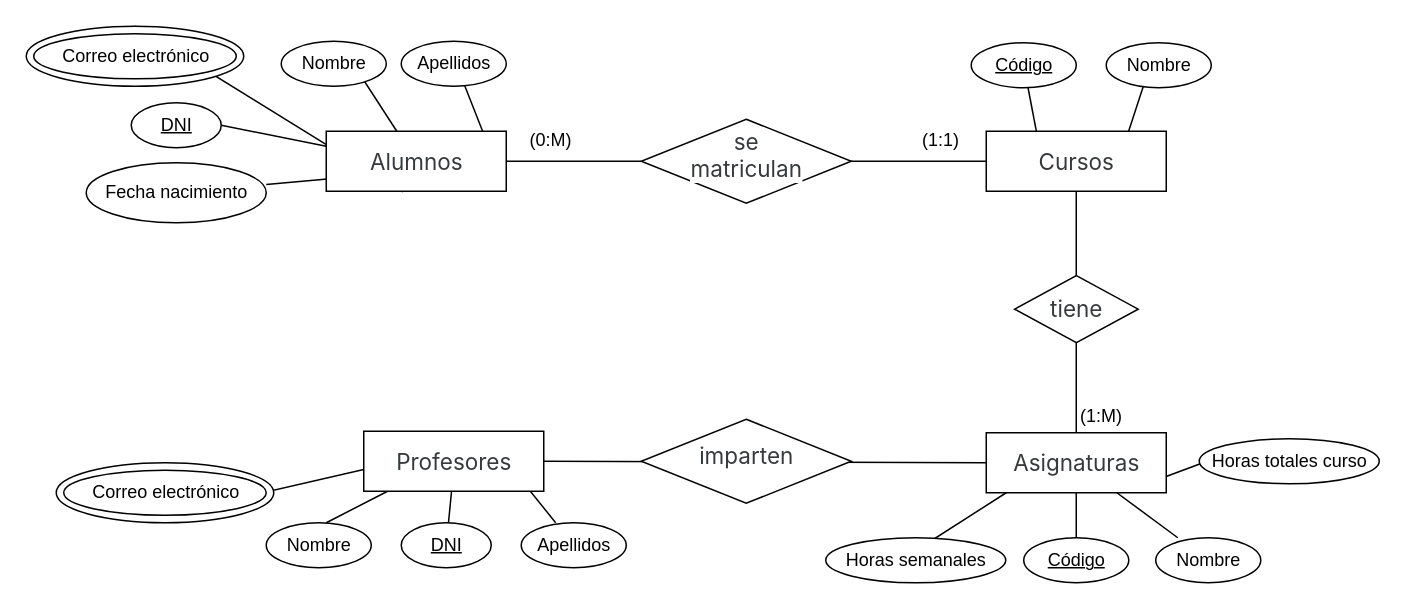
Before: Untitled Diagram.drawio in popnoart/popnoart, a draw.io diagram. Source tidied: cells renumbered, new cells numbered last; positions are measured from the earlier drawing's top-left corner, leaving out a move shared by most shapes. Both pictures are drawn from the tidied source at 150%, with x=0, y=0 at pixel (26, 26).
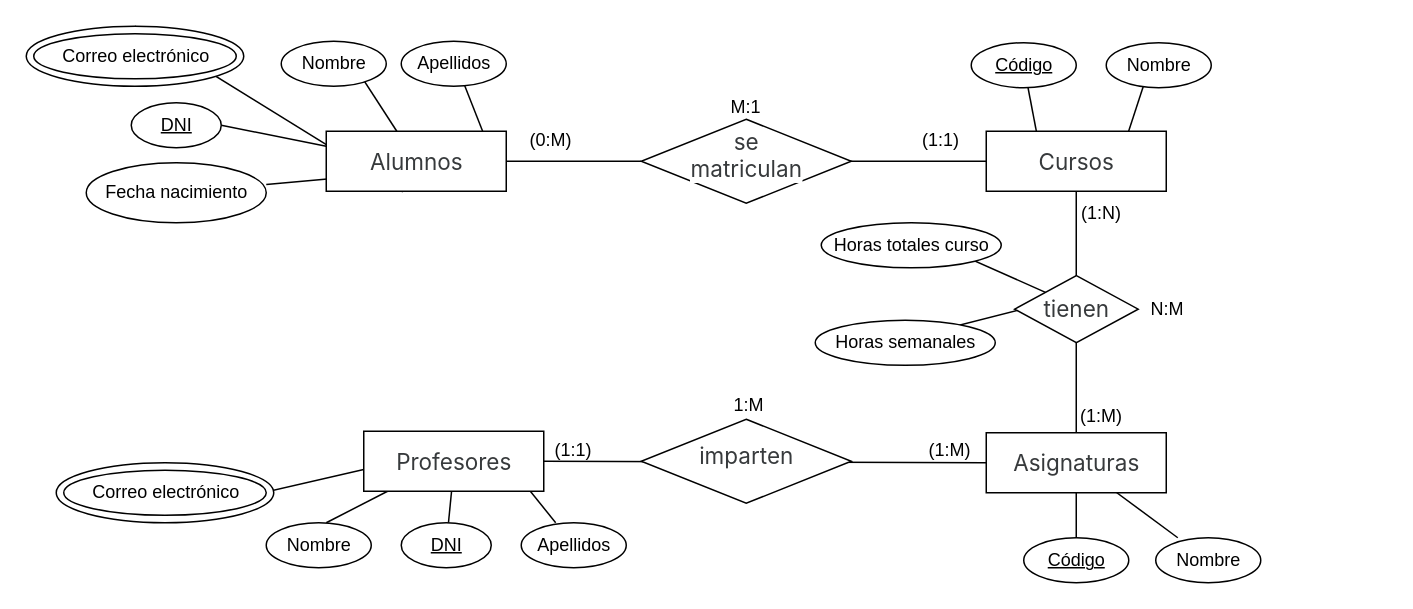
Above is the later version.

Unchanged cells that the change refers to:
```xml
<mxCell id="55" style="rounded=0;whiteSpace=wrap;html=1;labelBackgroundColor=default;" parent="54" vertex="1">
  <mxGeometry width="120" height="40" as="geometry" />
</mxCell>
<mxCell id="57" style="group;labelBackgroundColor=default;" parent="1" vertex="1">
  <mxGeometry x="653" y="171" width="100" height="40" as="geometry" />
</mxCell>
<mxCell id="58" style="rhombus;whiteSpace=wrap;html=1;" parent="57" vertex="1">
  <mxGeometry x="5.9" y="-4.8" width="82.4" height="44.8" as="geometry" />
</mxCell>
<mxCell id="69" value="Horas semanales" style="text;html=1;align=center;verticalAlign=middle;points=[];strokeColor=none;fillColor=none;" parent="67" vertex="1">
  <mxGeometry width="120" height="30" as="geometry" />
</mxCell>
<mxCell id="72" value="Horas totales curso" style="text;html=1;align=center;verticalAlign=middle;points=[];strokeColor=none;fillColor=none;" parent="70" vertex="1">
  <mxGeometry x="-5" width="130" height="30" as="geometry" />
</mxCell>
```

Diff of the diagram source:
```diff
@@
-    <mxCell id="6" style="endArrow=none;html=1;rounded=0;entryX=0.15;entryY=0.925;entryDx=0;entryDy=0;entryPerimeter=0;exitX=0.417;exitY=0.5;exitDx=0;exitDy=0;exitPerimeter=0;" parent="1" edge="1" source="69" target="55">
+    <mxCell id="6" style="endArrow=none;html=1;rounded=0;entryX=0.021;entryY=0.469;entryDx=0;entryDy=0;entryPerimeter=0;exitX=0.417;exitY=0.5;exitDx=0;exitDy=0;exitPerimeter=0;" parent="1" edge="1" source="69" target="59">
       <mxGeometry relative="1" as="geometry" />
     </mxCell>
-    <mxCell id="7" style="endArrow=none;html=1;rounded=0;entryX=0.367;entryY=0.033;entryDx=0;entryDy=0;entryPerimeter=0;" parent="1" edge="1" target="72">
-      <mxGeometry relative="1" as="geometry">
-        <mxPoint x="747" y="305" as="sourcePoint" />
-      </mxGeometry>
-    </mxCell>
@@
-    <mxCell id="59" value="&lt;span style=&quot;color: rgb(55, 58, 60); font-family: -apple-system, BlinkMacSystemFont, &amp;quot;Segoe UI&amp;quot;, Roboto, &amp;quot;Helvetica Neue&amp;quot;, Arial, &amp;quot;Noto Sans&amp;quot;, &amp;quot;Liberation Sans&amp;quot;, sans-serif, &amp;quot;Apple Color Emoji&amp;quot;, &amp;quot;Segoe UI Emoji&amp;quot;, &amp;quot;Segoe UI Symbol&amp;quot;, &amp;quot;Noto Color Emoji&amp;quot;; font-size: 15px; text-align: left; text-wrap-mode: wrap; background-color: rgb(255, 255, 255);&quot;&gt;tiene&lt;/span&gt;" style="text;html=1;align=center;verticalAlign=middle;points=[];strokeColor=none;fillColor=none;" parent="57" vertex="1">
+    <mxCell id="59" value="&lt;span style=&quot;color: rgb(55, 58, 60); font-family: -apple-system, BlinkMacSystemFont, &amp;quot;Segoe UI&amp;quot;, Roboto, &amp;quot;Helvetica Neue&amp;quot;, Arial, &amp;quot;Noto Sans&amp;quot;, &amp;quot;Liberation Sans&amp;quot;, sans-serif, &amp;quot;Apple Color Emoji&amp;quot;, &amp;quot;Segoe UI Emoji&amp;quot;, &amp;quot;Segoe UI Symbol&amp;quot;, &amp;quot;Noto Color Emoji&amp;quot;; font-size: 15px; text-align: left; text-wrap-mode: wrap; background-color: rgb(255, 255, 255);&quot;&gt;tienen&lt;/span&gt;" style="text;html=1;align=center;verticalAlign=middle;points=[];strokeColor=none;fillColor=none;" parent="57" vertex="1">
       <mxGeometry x="17.1" y="1.6" width="60" height="30" as="geometry" />
     </mxCell>
@@
     <mxCell id="67" style="group;" parent="1" vertex="1">
-      <mxGeometry x="533" y="341" width="120" height="30" as="geometry" />
+      <mxGeometry x="526" y="196" width="120" height="30" as="geometry" />
     </mxCell>
@@
     <mxCell id="70" style="group;" parent="1" vertex="1">
-      <mxGeometry x="782" y="275" width="125" height="30" as="geometry" />
+      <mxGeometry x="530" y="131" width="125" height="30" as="geometry" />
     </mxCell>
+    <mxCell id="7" style="endArrow=none;html=1;rounded=0;exitX=0;exitY=0;exitDx=0;exitDy=0;" parent="70" edge="1" source="58">
+      <mxGeometry relative="1" as="geometry">
+        <mxPoint x="90" y="20" as="targetPoint" />
+      </mxGeometry>
+    </mxCell>
@@
+    <mxCell id="94" value="(1:M)" style="text;html=1;align=center;verticalAlign=middle;whiteSpace=wrap;rounded=0;" parent="1" vertex="1">
+      <mxGeometry x="586" y="256" width="60" height="54" as="geometry" />
+    </mxCell>
+    <mxCell id="95" value="(1:1)" style="text;html=1;align=center;verticalAlign=middle;whiteSpace=wrap;rounded=0;" parent="1" vertex="1">
+      <mxGeometry x="345" y="268" width="40" height="30" as="geometry" />
+    </mxCell>
+    <mxCell id="96" value="(1:N)" style="text;html=1;align=center;verticalAlign=middle;whiteSpace=wrap;rounded=0;" parent="1" vertex="1">
+      <mxGeometry x="687" y="110" width="60" height="30" as="geometry" />
+    </mxCell>
+    <mxCell id="97" value="N:M" style="text;html=1;align=center;verticalAlign=middle;whiteSpace=wrap;rounded=0;" parent="1" vertex="1">
+      <mxGeometry x="731" y="162" width="60" height="54" as="geometry" />
+    </mxCell>
+    <mxCell id="98" style="edgeStyle=orthogonalEdgeStyle;rounded=0;orthogonalLoop=1;jettySize=auto;html=1;exitX=0.5;exitY=1;exitDx=0;exitDy=0;" parent="1" edge="1" source="97" target="97">
+      <mxGeometry relative="1" as="geometry" />
+    </mxCell>
+    <mxCell id="99" value="M:1" style="text;html=1;align=center;verticalAlign=middle;whiteSpace=wrap;rounded=0;" parent="1" vertex="1">
+      <mxGeometry x="450" y="27" width="60" height="54" as="geometry" />
+    </mxCell>
+    <mxCell id="100" value="1:M" style="text;html=1;align=center;verticalAlign=middle;whiteSpace=wrap;rounded=0;" parent="1" vertex="1">
+      <mxGeometry x="452" y="226" width="60" height="54" as="geometry" />
+    </mxCell>
```
